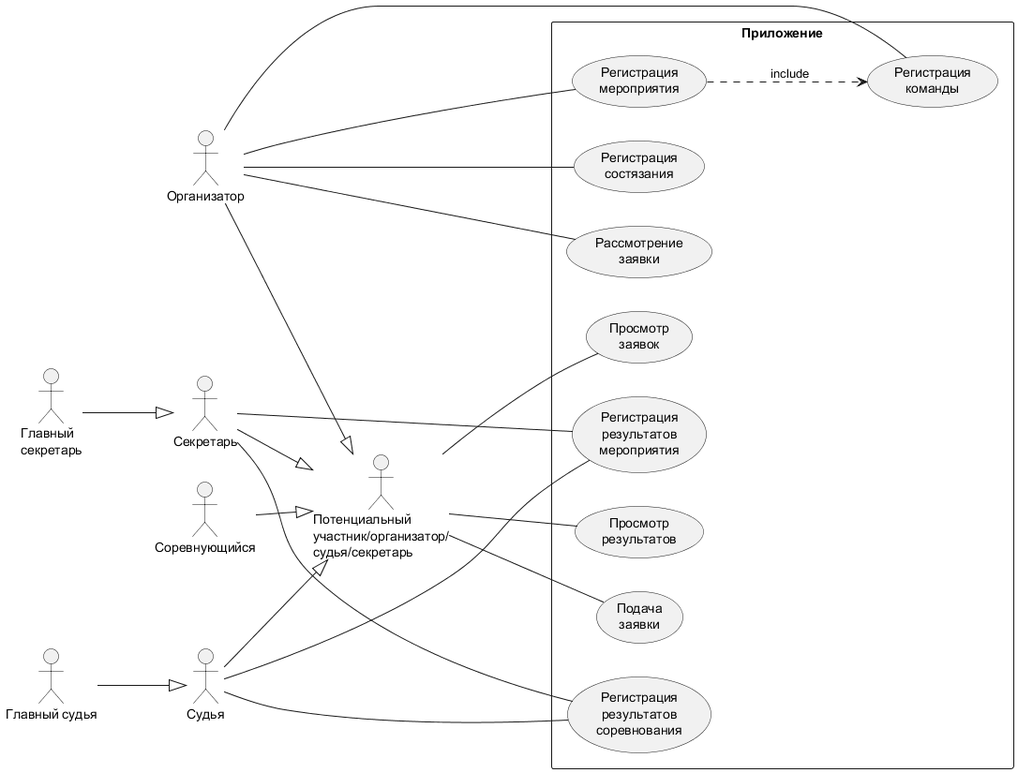
Before: Docs/inner.png, a diagram exported from PlantUML (NadinMalish/SportCompetition).
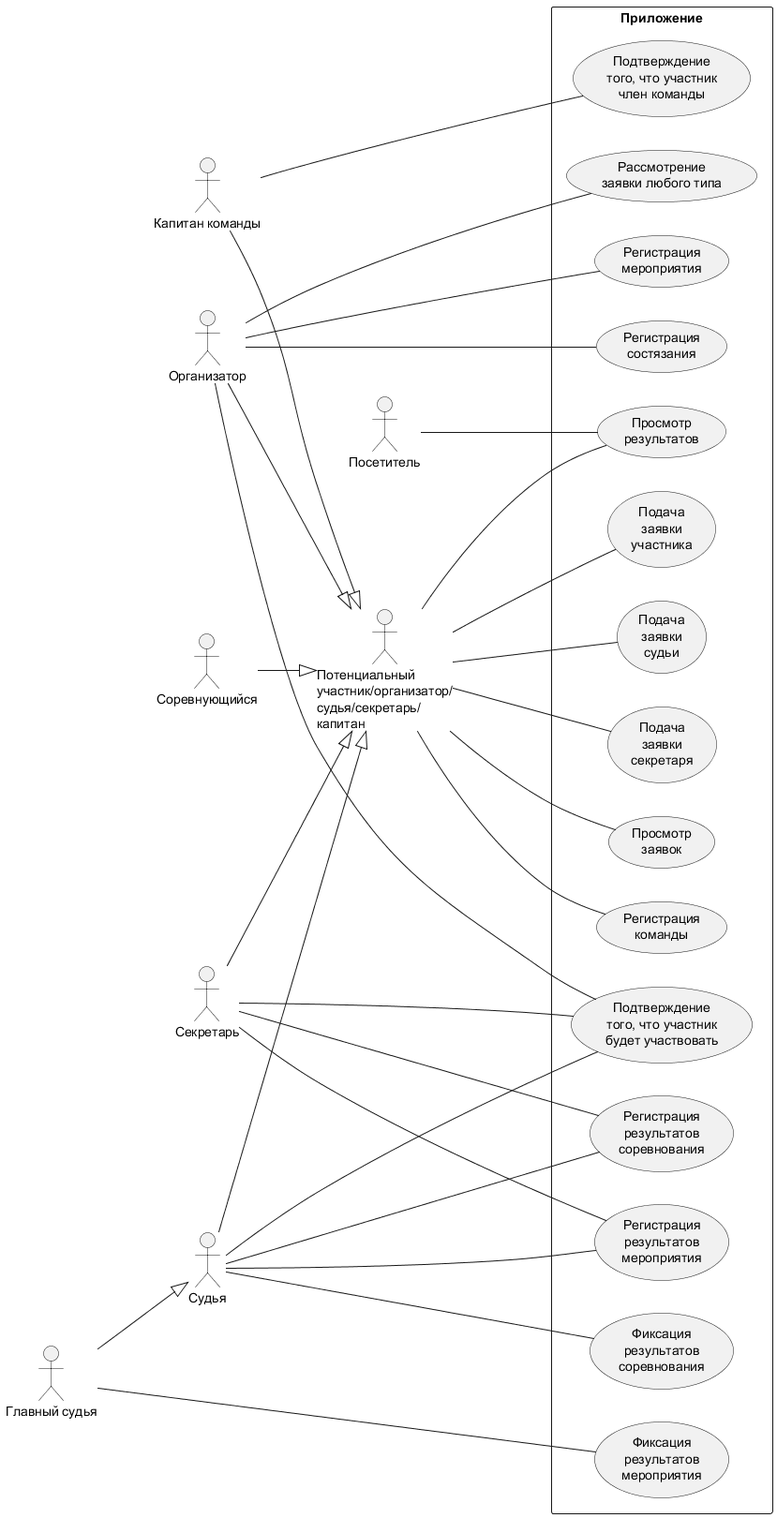
Later version of the same file.

Commit message:
Documentation v0.3: корректировка UseCase-диаграммы

What changed in the source:
```diff
@@ -1,12 +1,14 @@
 @startuml
 left to right direction
 
-actor potent as "Потенциальный\nучастник/организатор/\nсудья/секретарь"
+actor anyone as "Посетитель"
+
+actor potent as "Потенциальный\nучастник/организатор/\nсудья/секретарь/\nкапитан"
+actor capitan as "Капитан команды"
 
 actor organizer as "Организатор"
 actor participant as "Соревнующийся"
 actor secretary as "Секретарь"
-actor mainSecretary as "Главный\nсекретарь"
 actor judge as "Судья"
 actor mainJudge as "Главный судья"
 
@@ -15,42 +17,58 @@
     usecase regCompetition as "Регистрация\nсостязания"
     usecase regTeam as "Регистрация\nкоманды"
 
-    usecase sendRequest as "Подача\nзаявки"
-    usecase considerRequest as "Рассмотрение\nзаявки"
+    usecase sendParticipantRequest as "Подача\nзаявки\nучастника"
+    usecase sendJudgeRequest as "Подача\nзаявки\nсудьи"
+    usecase sendSecretaryRequest as "Подача\nзаявки\nсекретаря"
+    usecase considerRequest as "Рассмотрение\nзаявки любого типа"
+
+    usecase comandParticipantConfirmation as "Подтверждение\nтого, что участник\nчлен команды"
+    usecase actualParticipantConfirmation as "Подтверждение\nтого, что участник\nбудет участвовать"
 
     usecase regCompetitionResult as "Регистрация\nрезультатов\nсоревнования"
+    usecase fixCompetitionResult as "Фиксация\nрезультатов\nсоревнования"
 
     usecase regEventResult as "Регистрация\nрезультатов\nмероприятия"
+    usecase fixEventResult as "Фиксация\nрезультатов\nмероприятия"
 
     usecase lookRequest as "Просмотр\nзаявок"
     usecase lookResult as "Просмотр\nрезультатов"
 }
 
+capitan --|> potent
 organizer --|> potent
 participant --|> potent
 secretary --|> potent
 judge --|> potent
 
-mainSecretary --|> secretary
 mainJudge --|> judge
-
-potent --- sendRequest
-potent --- lookRequest
-potent --- lookResult
 
 organizer --- regEvent
 organizer --- regCompetition
-organizer --- regTeam
 organizer --- considerRequest
 
+potent --- sendParticipantRequest
+potent --- sendJudgeRequest
+potent --- sendSecretaryRequest
+potent --- lookRequest
+potent --- lookResult
+potent --- regTeam
 
-regEvent ...> regTeam : include
+capitan --- comandParticipantConfirmation
+
+organizer --- actualParticipantConfirmation
+judge --- actualParticipantConfirmation
+secretary --- actualParticipantConfirmation
+
 
 secretary --- regCompetitionResult
 judge --- regCompetitionResult
+judge --- fixCompetitionResult
 
 secretary --- regEventResult
 judge --- regEventResult
+mainJudge --- fixEventResult
 
+anyone --- lookResult
 
 @enduml
```
